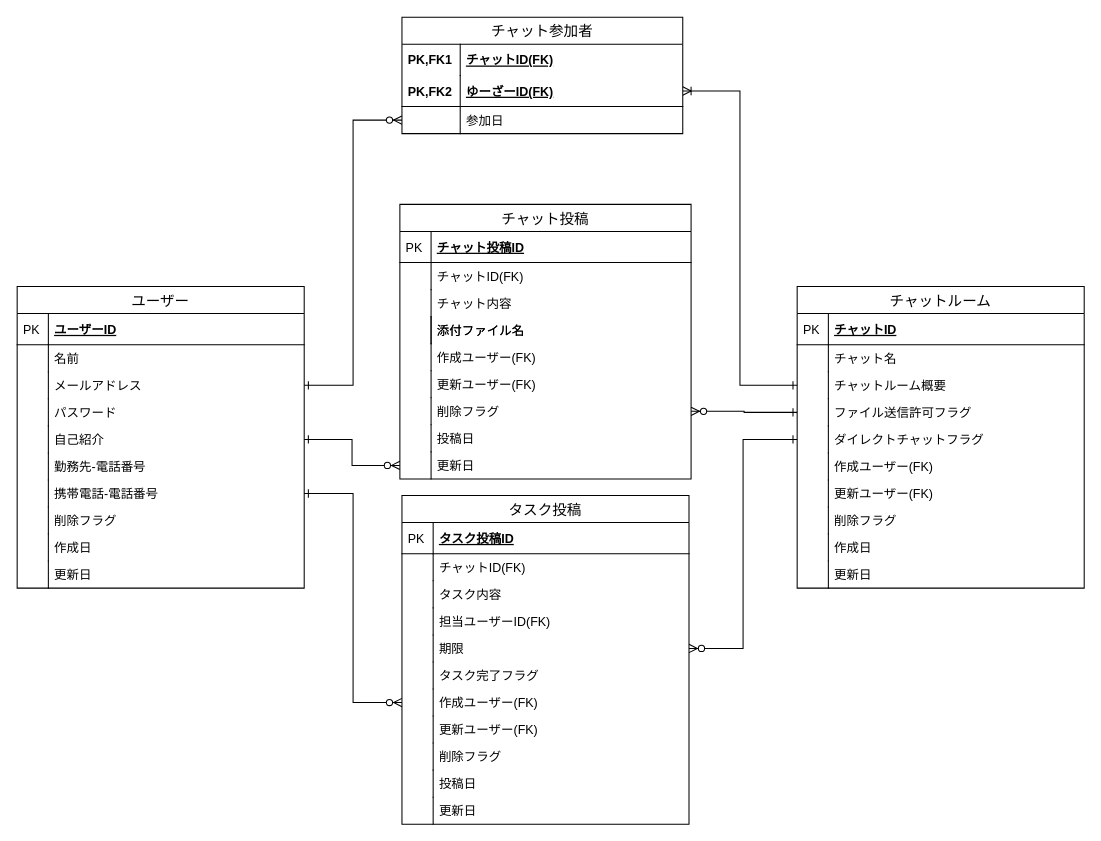
This is db/db-challenge1/db-challenge1.dio from terukyou/quelcode-db, a draw.io file, before an edit. Source tidied: cells renumbered, new cells numbered last; positions are measured from the earlier drawing's top-left corner, leaving out a move shared by most shapes. Both pictures are drawn from the tidied source at 104%, with x=0, y=0 at pixel (17, 17).
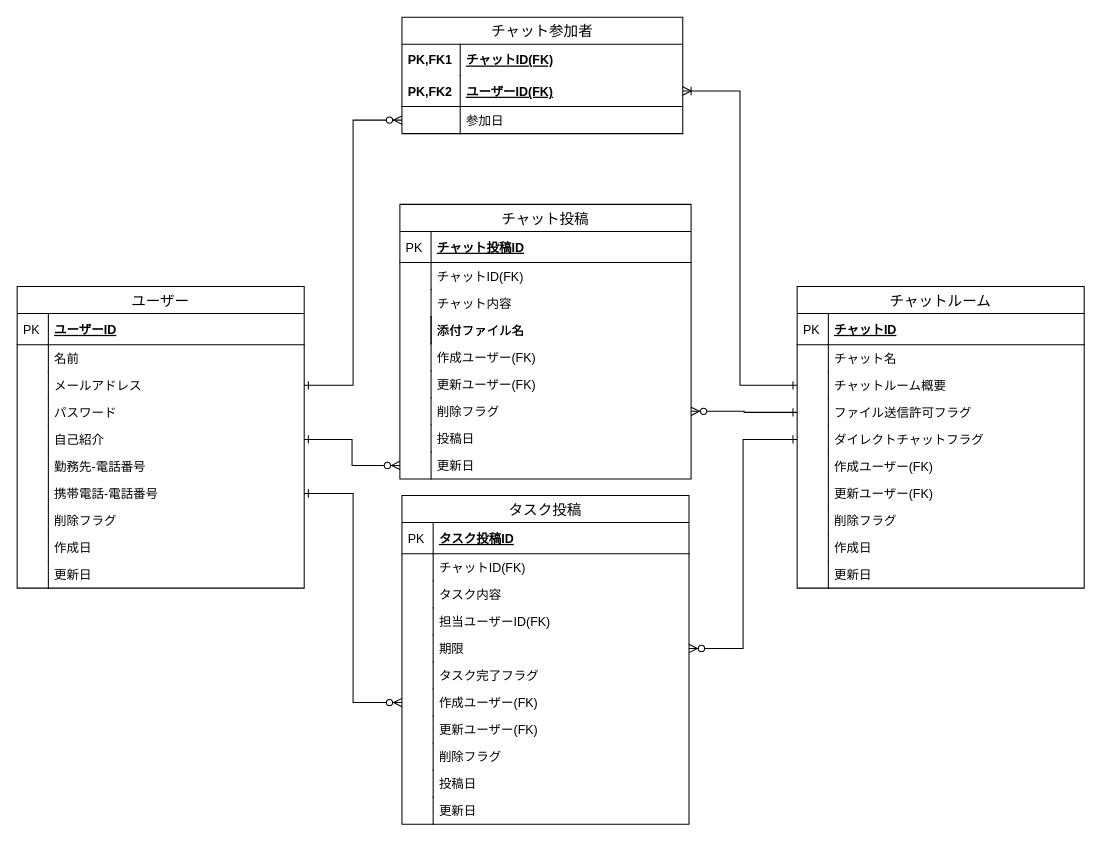
The same diagram, later.

Commit message:
チャット参加者のユーザーIDをひらがなからカタカナに修正

The change refers to these unchanged cells:
```xml
<mxCell id="95" value="チャット参加者" style="swimlane;fontStyle=0;horizontal=1;startSize=26;align=center;fontSize=14;" parent="3" vertex="1">
  <mxGeometry x="370" width="270" height="112" as="geometry" />
</mxCell>
```

What changed in the source:
```diff
@@
-    <mxCell id="98" value="ゆーざーID(FK)" style="shape=partialRectangle;top=0;left=0;right=0;bottom=1;align=left;verticalAlign=middle;fillColor=none;spacingLeft=60;spacingRight=4;overflow=hidden;points=[[0,0.5],[1,0.5]];portConstraint=eastwest;fontStyle=5;fontSize=12;" parent="95" vertex="1">
+    <mxCell id="98" value="ユーザーID(FK)" style="shape=partialRectangle;top=0;left=0;right=0;bottom=1;align=left;verticalAlign=middle;fillColor=none;spacingLeft=60;spacingRight=4;overflow=hidden;points=[[0,0.5],[1,0.5]];portConstraint=eastwest;fontStyle=5;fontSize=12;" parent="95" vertex="1">
       <mxGeometry y="56" width="270" height="30" as="geometry" />
     </mxCell>
```
